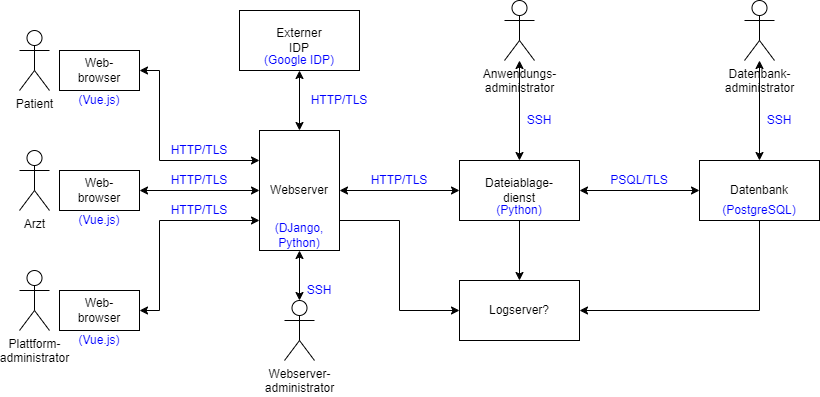
DavidFambach/Abgabe-ASE-Patientenakte keeps this draw.io diagram as documents/Architekturüberblick/Architekturüberblick (technisch).png. Above is the earlier version. Source tidied: cells renumbered, new cells last; positions are measured from the earlier drawing's top-left corner, leaving out a move shared by most shapes.
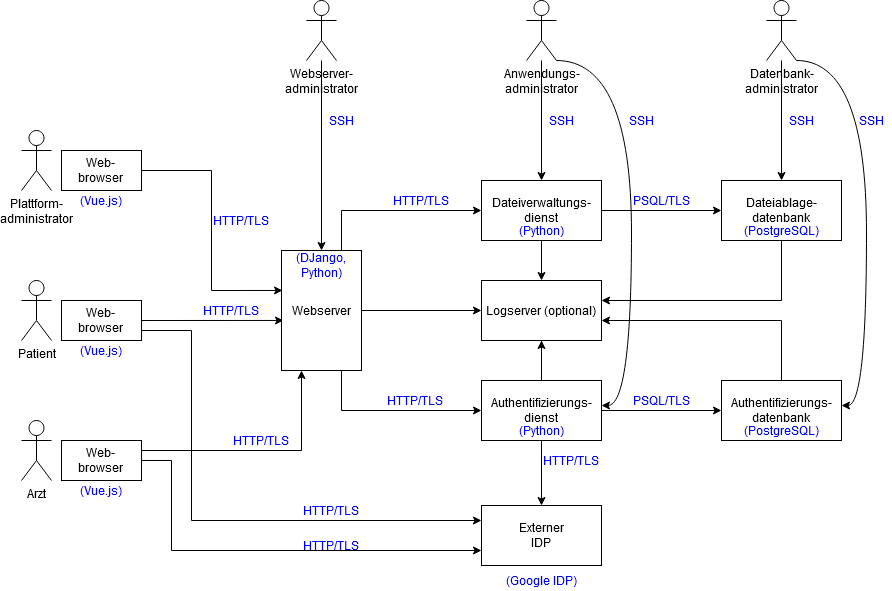
After the change.

Change to the diagram source:
```diff
@@ -5,54 +5,35 @@
     <mxCell id="2" value="Patient" style="shape=umlActor;verticalLabelPosition=bottom;verticalAlign=top;html=1;" parent="1" vertex="1">
-      <mxGeometry y="30" width="30" height="60" as="geometry" />
+      <mxGeometry x="-20" y="320" width="30" height="60" as="geometry" />
     </mxCell>
     <mxCell id="3" value="Arzt" style="shape=umlActor;verticalLabelPosition=bottom;verticalAlign=top;html=1;" parent="1" vertex="1">
-      <mxGeometry y="150" width="30" height="60" as="geometry" />
+      <mxGeometry x="-20" y="460" width="30" height="60" as="geometry" />
     </mxCell>
     <mxCell id="4" value="&lt;div&gt;Plattform-&lt;/div&gt;&lt;div&gt;administrator&lt;/div&gt;" style="shape=umlActor;verticalLabelPosition=bottom;verticalAlign=top;html=1;" parent="1" vertex="1">
-      <mxGeometry y="270" width="30" height="60" as="geometry" />
+      <mxGeometry x="-20" y="170" width="30" height="60" as="geometry" />
     </mxCell>
-    <mxCell id="5" style="edgeStyle=orthogonalEdgeStyle;rounded=0;jettySize=auto;html=1;exitX=1;exitY=0.5;exitDx=0;exitDy=0;entryX=0;entryY=0.25;entryDx=0;entryDy=0;startArrow=classic;startFill=1;" parent="1" edge="1" source="6" target="14">
-      <mxGeometry relative="1" as="geometry">
-        <Array as="points">
-          <mxPoint x="140" y="70" />
-          <mxPoint x="140" y="160" />
-        </Array>
-      </mxGeometry>
+    <mxCell id="5" style="rounded=0;jettySize=auto;html=1;exitX=1;exitY=0.5;exitDx=0;exitDy=0;entryX=0.025;entryY=0.583;entryDx=0;entryDy=0;startArrow=none;startFill=0;entryPerimeter=0;" parent="1" edge="1" source="6" target="14">
+      <mxGeometry relative="1" as="geometry" />
     </mxCell>
     <mxCell id="6" value="&lt;div&gt;Web-&lt;/div&gt;&lt;div&gt;browser&lt;br&gt;&lt;/div&gt;" style="rounded=0;whiteSpace=wrap;html=1;" parent="1" vertex="1">
-      <mxGeometry x="40" y="50" width="80" height="40" as="geometry" />
+      <mxGeometry x="20" y="340" width="80" height="40" as="geometry" />
     </mxCell>
-    <mxCell id="7" style="edgeStyle=orthogonalEdgeStyle;rounded=0;jettySize=auto;html=1;exitX=1;exitY=0.5;exitDx=0;exitDy=0;startArrow=classic;startFill=1;" parent="1" edge="1" source="8" target="14">
-      <mxGeometry relative="1" as="geometry" />
-    </mxCell>
+    <mxCell id="45" style="edgeStyle=orthogonalEdgeStyle;rounded=0;jettySize=auto;html=1;exitX=1;exitY=0.75;exitDx=0;exitDy=0;entryX=0;entryY=0.75;entryDx=0;entryDy=0;startArrow=none;startFill=0;endArrow=classic;endFill=1;" parent="1" edge="1" source="8" target="15">
+      <mxGeometry relative="1" as="geometry">
+        <Array as="points">
+          <mxPoint x="100" y="500" />
+          <mxPoint x="130" y="500" />
+          <mxPoint x="130" y="590" />
+        </Array>
+      </mxGeometry>
+    </mxCell>
     <mxCell id="8" value="&lt;div&gt;Web-&lt;/div&gt;&lt;div&gt;browser&lt;br&gt;&lt;/div&gt;" style="rounded=0;whiteSpace=wrap;html=1;" parent="1" vertex="1">
-      <mxGeometry x="40" y="170" width="80" height="40" as="geometry" />
+      <mxGeometry x="20" y="480" width="80" height="40" as="geometry" />
     </mxCell>
-    <mxCell id="9" style="edgeStyle=orthogonalEdgeStyle;rounded=0;jettySize=auto;html=1;exitX=1;exitY=0.5;exitDx=0;exitDy=0;entryX=0;entryY=0.75;entryDx=0;entryDy=0;startArrow=classic;startFill=1;" parent="1" edge="1" source="10" target="14">
-      <mxGeometry relative="1" as="geometry">
-        <Array as="points">
-          <mxPoint x="140" y="310" />
-          <mxPoint x="140" y="220" />
-        </Array>
-      </mxGeometry>
-    </mxCell>
     <mxCell id="10" value="&lt;div&gt;Web-&lt;/div&gt;&lt;div&gt;browser&lt;br&gt;&lt;/div&gt;" style="rounded=0;whiteSpace=wrap;html=1;" parent="1" vertex="1">
-      <mxGeometry x="40" y="290" width="80" height="40" as="geometry" />
+      <mxGeometry x="20" y="190" width="80" height="40" as="geometry" />
     </mxCell>
-    <mxCell id="11" style="edgeStyle=orthogonalEdgeStyle;rounded=0;jettySize=auto;html=1;exitX=1;exitY=0.5;exitDx=0;exitDy=0;startArrow=classic;startFill=1;" parent="1" edge="1" source="14" target="18">
-      <mxGeometry relative="1" as="geometry" />
-    </mxCell>
-    <mxCell id="12" style="edgeStyle=orthogonalEdgeStyle;rounded=0;jettySize=auto;html=1;exitX=1;exitY=0.75;exitDx=0;exitDy=0;entryX=0;entryY=0.5;entryDx=0;entryDy=0;" parent="1" edge="1" source="14" target="21">
-      <mxGeometry relative="1" as="geometry" />
-    </mxCell>
-    <mxCell id="13" style="edgeStyle=orthogonalEdgeStyle;rounded=0;jettySize=auto;html=1;exitX=0.5;exitY=0;exitDx=0;exitDy=0;startArrow=classic;startFill=1;" parent="1" edge="1" source="14" target="15">
-      <mxGeometry relative="1" as="geometry" />
-    </mxCell>
-    <mxCell id="14" value="&lt;div&gt;Webserver&lt;/div&gt;" style="rounded=0;whiteSpace=wrap;html=1;" parent="1" vertex="1">
-      <mxGeometry x="240" y="130" width="80" height="120" as="geometry" />
-    </mxCell>
     <mxCell id="15" value="&lt;div&gt;Externer&lt;/div&gt;&lt;div&gt;IDP&lt;br&gt;&lt;/div&gt;" style="rounded=0;whiteSpace=wrap;html=1;" parent="1" vertex="1">
-      <mxGeometry x="220" y="10" width="120" height="60" as="geometry" />
+      <mxGeometry x="440" y="545" width="120" height="60" as="geometry" />
     </mxCell>
-    <mxCell id="16" style="edgeStyle=orthogonalEdgeStyle;rounded=0;jettySize=auto;html=1;exitX=1;exitY=0.5;exitDx=0;exitDy=0;startArrow=classic;startFill=1;" parent="1" edge="1" source="18" target="20">
+    <mxCell id="16" style="edgeStyle=orthogonalEdgeStyle;rounded=0;jettySize=auto;html=1;exitX=1;exitY=0.5;exitDx=0;exitDy=0;startArrow=none;startFill=0;" parent="1" edge="1" source="18" target="20">
       <mxGeometry relative="1" as="geometry" />
@@ -62,21 +43,35 @@
     </mxCell>
-    <mxCell id="18" value="&lt;div&gt;Dateiablage-&lt;/div&gt;&lt;div&gt;dienst&lt;br&gt;&lt;/div&gt;" style="rounded=0;whiteSpace=wrap;html=1;" parent="1" vertex="1">
-      <mxGeometry x="440" y="160" width="120" height="60" as="geometry" />
+    <mxCell id="18" value="&lt;div&gt;Dateiverwaltungs-&lt;/div&gt;&lt;div&gt;dienst&lt;br&gt;&lt;/div&gt;" style="rounded=0;whiteSpace=wrap;html=1;" parent="1" vertex="1">
+      <mxGeometry x="440" y="220" width="120" height="60" as="geometry" />
     </mxCell>
-    <mxCell id="19" style="edgeStyle=orthogonalEdgeStyle;rounded=0;jettySize=auto;html=1;exitX=0.5;exitY=1;exitDx=0;exitDy=0;entryX=1;entryY=0.5;entryDx=0;entryDy=0;" parent="1" edge="1" source="20" target="21">
-      <mxGeometry relative="1" as="geometry" />
+    <mxCell id="19" style="edgeStyle=orthogonalEdgeStyle;rounded=0;jettySize=auto;html=1;exitX=0.5;exitY=1;exitDx=0;exitDy=0;" parent="1" edge="1" source="20">
+      <mxGeometry relative="1" as="geometry">
+        <mxPoint x="560" y="340" as="targetPoint" />
+        <Array as="points">
+          <mxPoint x="740" y="340" />
+          <mxPoint x="560" y="340" />
+        </Array>
+      </mxGeometry>
     </mxCell>
-    <mxCell id="20" value="Datenbank" style="rounded=0;whiteSpace=wrap;html=1;" parent="1" vertex="1">
-      <mxGeometry x="680" y="160" width="120" height="60" as="geometry" />
+    <mxCell id="20" value="Dateiablage-datenbank" style="rounded=0;whiteSpace=wrap;html=1;" parent="1" vertex="1">
+      <mxGeometry x="680" y="220" width="120" height="60" as="geometry" />
     </mxCell>
-    <mxCell id="21" value="Logserver?" style="rounded=0;whiteSpace=wrap;html=1;" parent="1" vertex="1">
-      <mxGeometry x="440" y="280" width="120" height="60" as="geometry" />
+    <mxCell id="21" value="Logserver (optional)" style="rounded=0;whiteSpace=wrap;html=1;" parent="1" vertex="1">
+      <mxGeometry x="440" y="320" width="120" height="60" as="geometry" />
     </mxCell>
-    <mxCell id="22" style="edgeStyle=orthogonalEdgeStyle;rounded=0;jettySize=auto;html=1;startArrow=classic;startFill=1;" parent="1" edge="1" source="23" target="18">
+    <mxCell id="22" style="edgeStyle=orthogonalEdgeStyle;rounded=0;jettySize=auto;html=1;startArrow=none;startFill=0;endArrow=classic;endFill=1;" parent="1" edge="1" source="23" target="18">
       <mxGeometry relative="1" as="geometry" />
     </mxCell>
+    <mxCell id="46" style="edgeStyle=orthogonalEdgeStyle;rounded=0;jettySize=auto;html=1;exitX=1;exitY=1;exitDx=0;exitDy=0;exitPerimeter=0;curved=1;" parent="1" edge="1" source="23" target="51">
+      <mxGeometry relative="1" as="geometry">
+        <Array as="points">
+          <mxPoint x="590" y="100" />
+          <mxPoint x="590" y="445" />
+        </Array>
+      </mxGeometry>
+    </mxCell>
     <mxCell id="23" value="&lt;div&gt;Anwendungs-&lt;/div&gt;&lt;div&gt;administrator&lt;/div&gt;" style="shape=umlActor;verticalLabelPosition=bottom;verticalAlign=top;html=1;outlineConnect=0;" parent="1" vertex="1">
-      <mxGeometry x="485" width="30" height="60" as="geometry" />
+      <mxGeometry x="485" y="40" width="30" height="60" as="geometry" />
     </mxCell>
-    <mxCell id="24" style="edgeStyle=orthogonalEdgeStyle;rounded=0;jettySize=auto;html=1;startArrow=classic;startFill=1;" parent="1" edge="1" source="25" target="20">
+    <mxCell id="24" style="edgeStyle=orthogonalEdgeStyle;rounded=0;jettySize=auto;html=1;startArrow=none;startFill=0;" parent="1" edge="1" source="25" target="20">
       <mxGeometry relative="1" as="geometry" />
@@ -84,5 +79,5 @@
     <mxCell id="25" value="&lt;div&gt;Datenbank-&lt;/div&gt;&lt;div&gt;administrator&lt;/div&gt;" style="shape=umlActor;verticalLabelPosition=bottom;verticalAlign=top;html=1;outlineConnect=0;" parent="1" vertex="1">
-      <mxGeometry x="725" width="30" height="60" as="geometry" />
+      <mxGeometry x="725" y="40" width="30" height="60" as="geometry" />
     </mxCell>
-    <mxCell id="26" style="edgeStyle=orthogonalEdgeStyle;rounded=0;jettySize=auto;html=1;startArrow=classic;startFill=1;" parent="1" edge="1" source="27" target="14">
+    <mxCell id="26" style="edgeStyle=orthogonalEdgeStyle;rounded=0;jettySize=auto;html=1;entryX=0.5;entryY=0;entryDx=0;entryDy=0;" parent="1" edge="1" source="27" target="14">
       <mxGeometry relative="1" as="geometry" />
@@ -90,53 +85,169 @@
     <mxCell id="27" value="&lt;div&gt;Webserver-&lt;/div&gt;&lt;div&gt;administrator&lt;/div&gt;" style="shape=umlActor;verticalLabelPosition=bottom;verticalAlign=top;html=1;outlineConnect=0;" parent="1" vertex="1">
-      <mxGeometry x="265" y="300" width="30" height="60" as="geometry" />
+      <mxGeometry x="265" y="40" width="30" height="60" as="geometry" />
     </mxCell>
+    <mxCell id="47" style="endArrow=classic;html=1;rounded=0;exitX=1;exitY=0.75;exitDx=0;exitDy=0;entryX=0;entryY=0.25;entryDx=0;entryDy=0;edgeStyle=orthogonalEdgeStyle;" parent="1" edge="1" source="6" target="15">
+      <mxGeometry relative="1" as="geometry">
+        <Array as="points">
+          <mxPoint x="150" y="370" />
+          <mxPoint x="150" y="560" />
+        </Array>
+      </mxGeometry>
+    </mxCell>
+    <mxCell id="7" style="edgeStyle=orthogonalEdgeStyle;rounded=0;jettySize=auto;html=1;exitX=1;exitY=0.25;exitDx=0;exitDy=0;startArrow=none;startFill=0;entryX=0.25;entryY=1;entryDx=0;entryDy=0;" parent="1" edge="1" source="8" target="14">
+      <mxGeometry relative="1" as="geometry">
+        <Array as="points">
+          <mxPoint x="260" y="490" />
+        </Array>
+      </mxGeometry>
+    </mxCell>
+    <mxCell id="48" style="edgeStyle=orthogonalEdgeStyle;rounded=0;jettySize=auto;html=1;startArrow=none;startFill=0;exitX=0.75;exitY=1;exitDx=0;exitDy=0;" parent="1" edge="1" source="14" target="51">
+      <mxGeometry relative="1" as="geometry">
+        <Array as="points">
+          <mxPoint x="300" y="450" />
+        </Array>
+      </mxGeometry>
+    </mxCell>
+    <mxCell id="49" style="edgeStyle=orthogonalEdgeStyle;rounded=0;jettySize=auto;html=1;exitX=0.5;exitY=0;exitDx=0;exitDy=0;entryX=0.5;entryY=1;entryDx=0;entryDy=0;startArrow=none;" parent="1" edge="1" target="21">
+      <mxGeometry relative="1" as="geometry">
+        <mxPoint x="500" y="390" as="sourcePoint" />
+      </mxGeometry>
+    </mxCell>
+    <mxCell id="50" style="edgeStyle=orthogonalEdgeStyle;rounded=0;jettySize=auto;html=1;exitX=1;exitY=0.5;exitDx=0;exitDy=0;entryX=0;entryY=0.5;entryDx=0;entryDy=0;" parent="1" edge="1" source="51" target="53">
+      <mxGeometry relative="1" as="geometry" />
+    </mxCell>
+    <mxCell id="51" value="&lt;div&gt;Authentifizierungs-&lt;/div&gt;&lt;div&gt;dienst&lt;br&gt;&lt;/div&gt;" style="rounded=0;whiteSpace=wrap;html=1;" parent="1" vertex="1">
+      <mxGeometry x="440" y="420" width="120" height="60" as="geometry" />
+    </mxCell>
+    <mxCell id="52" style="edgeStyle=orthogonalEdgeStyle;rounded=0;jettySize=auto;html=1;exitX=0.5;exitY=0;exitDx=0;exitDy=0;" parent="1" edge="1" source="53">
+      <mxGeometry relative="1" as="geometry">
+        <mxPoint x="560" y="360" as="targetPoint" />
+        <Array as="points">
+          <mxPoint x="740" y="360" />
+          <mxPoint x="560" y="360" />
+        </Array>
+      </mxGeometry>
+    </mxCell>
+    <mxCell id="53" value="Authentifizierungs-datenbank" style="rounded=0;whiteSpace=wrap;html=1;" parent="1" vertex="1">
+      <mxGeometry x="680" y="420" width="120" height="60" as="geometry" />
+    </mxCell>
+    <mxCell id="12" style="edgeStyle=orthogonalEdgeStyle;rounded=0;jettySize=auto;html=1;" parent="1" edge="1" source="14" target="21">
+      <mxGeometry relative="1" as="geometry" />
+    </mxCell>
+    <mxCell id="54" style="edgeStyle=orthogonalEdgeStyle;rounded=0;jettySize=auto;html=1;exitX=0.75;exitY=0;exitDx=0;exitDy=0;" parent="1" edge="1" source="14">
+      <mxGeometry relative="1" as="geometry">
+        <mxPoint x="440" y="250" as="targetPoint" />
+        <Array as="points">
+          <mxPoint x="300" y="250" />
+          <mxPoint x="440" y="250" />
+        </Array>
+      </mxGeometry>
+    </mxCell>
+    <mxCell id="14" value="&lt;div&gt;Webserver&lt;/div&gt;" style="rounded=0;whiteSpace=wrap;html=1;" parent="1" vertex="1">
+      <mxGeometry x="240" y="290" width="80" height="120" as="geometry" />
+    </mxCell>
+    <mxCell id="55" style="edgeStyle=orthogonalEdgeStyle;rounded=0;jettySize=auto;html=1;curved=1;exitX=1;exitY=1;exitDx=0;exitDy=0;exitPerimeter=0;" parent="1" edge="1" source="25" target="53">
+      <mxGeometry relative="1" as="geometry">
+        <Array as="points">
+          <mxPoint x="825" y="100" />
+          <mxPoint x="825" y="445" />
+        </Array>
+      </mxGeometry>
+    </mxCell>
+    <mxCell id="56" style="edgeStyle=orthogonalEdgeStyle;rounded=0;jettySize=auto;html=1;exitX=0.5;exitY=1;exitDx=0;exitDy=0;endArrow=none;" parent="1" edge="1" source="51">
+      <mxGeometry relative="1" as="geometry">
+        <mxPoint x="500" y="500" as="targetPoint" />
+      </mxGeometry>
+    </mxCell>
+    <mxCell id="57" style="edgeStyle=orthogonalEdgeStyle;rounded=0;orthogonalLoop=1;jettySize=auto;html=1;exitX=1;exitY=0.5;exitDx=0;exitDy=0;entryX=0.013;entryY=0.333;entryDx=0;entryDy=0;entryPerimeter=0;" parent="1" edge="1">
+      <mxGeometry relative="1" as="geometry">
+        <mxPoint x="100" y="210" as="sourcePoint" />
+        <mxPoint x="241" y="330" as="targetPoint" />
+        <Array as="points">
+          <mxPoint x="170" y="210" />
+          <mxPoint x="170" y="330" />
+        </Array>
+      </mxGeometry>
+    </mxCell>
+    <mxCell id="58" style="edgeStyle=orthogonalEdgeStyle;rounded=0;jettySize=auto;html=1;exitX=0.5;exitY=0;exitDx=0;exitDy=0;entryX=0.5;entryY=1;entryDx=0;entryDy=0;endArrow=none;" parent="1" edge="1" source="51" target="21">
+      <mxGeometry relative="1" as="geometry" />
+    </mxCell>
+    <mxCell id="59" style="edgeStyle=orthogonalEdgeStyle;rounded=0;orthogonalLoop=1;jettySize=auto;html=1;exitX=0.5;exitY=1;exitDx=0;exitDy=0;startArrow=none;" parent="1" edge="1">
+      <mxGeometry relative="1" as="geometry">
+        <mxPoint x="500" y="480" as="sourcePoint" />
+        <mxPoint x="500" y="545" as="targetPoint" />
+      </mxGeometry>
+    </mxCell>
     <mxCell id="28" value="Technisch" parent="0" />
     <mxCell id="29" value="(PostgreSQL)" style="text;html=1;strokeColor=none;fillColor=none;align=center;verticalAlign=middle;whiteSpace=wrap;rounded=0;fontColor=#0000ff;" parent="28" vertex="1">
-      <mxGeometry x="680" y="200" width="120" height="20" as="geometry" />
+      <mxGeometry x="680" y="460" width="120" height="20" as="geometry" />
     </mxCell>
     <mxCell id="30" value="(DJango, Python)" style="text;html=1;strokeColor=none;fillColor=none;align=center;verticalAlign=middle;whiteSpace=wrap;rounded=0;fontColor=#0000ff;" parent="28" vertex="1">
-      <mxGeometry x="240" y="220" width="80" height="30" as="geometry" />
+      <mxGeometry x="240" y="290" width="80" height="30" as="geometry" />
     </mxCell>
     <mxCell id="31" value="(Python)" style="text;html=1;strokeColor=none;fillColor=none;align=center;verticalAlign=middle;whiteSpace=wrap;rounded=0;fontColor=#0000ff;" parent="28" vertex="1">
-      <mxGeometry x="440" y="200" width="120" height="20" as="geometry" />
+      <mxGeometry x="440" y="460" width="120" height="20" as="geometry" />
     </mxCell>
     <mxCell id="32" value="(Vue.js)" style="text;html=1;strokeColor=none;fillColor=none;align=center;verticalAlign=middle;whiteSpace=wrap;rounded=0;fontColor=#0000ff;" parent="28" vertex="1">
-      <mxGeometry x="40" y="90" width="80" height="20" as="geometry" />
+      <mxGeometry x="20" y="230" width="80" height="20" as="geometry" />
     </mxCell>
     <mxCell id="33" value="(Vue.js)" style="text;html=1;strokeColor=none;fillColor=none;align=center;verticalAlign=middle;whiteSpace=wrap;rounded=0;fontColor=#0000ff;" parent="28" vertex="1">
-      <mxGeometry x="40" y="210" width="80" height="20" as="geometry" />
+      <mxGeometry x="20" y="380" width="80" height="20" as="geometry" />
     </mxCell>
     <mxCell id="34" value="(Vue.js)" style="text;html=1;strokeColor=none;fillColor=none;align=center;verticalAlign=middle;whiteSpace=wrap;rounded=0;fontColor=#0000ff;" parent="28" vertex="1">
-      <mxGeometry x="40" y="330" width="80" height="20" as="geometry" />
+      <mxGeometry x="20" y="520" width="80" height="20" as="geometry" />
     </mxCell>
     <mxCell id="35" value="HTTP/TLS" style="text;html=1;strokeColor=none;fillColor=none;align=center;verticalAlign=middle;whiteSpace=wrap;rounded=0;fontColor=#0000ff;" parent="28" vertex="1">
-      <mxGeometry x="340" y="170" width="80" height="20" as="geometry" />
+      <mxGeometry x="340" y="230" width="80" height="20" as="geometry" />
     </mxCell>
     <mxCell id="36" value="PSQL/TLS" style="text;html=1;strokeColor=none;fillColor=none;align=center;verticalAlign=middle;whiteSpace=wrap;rounded=0;fontColor=#0000ff;" parent="28" vertex="1">
-      <mxGeometry x="580" y="170" width="80" height="20" as="geometry" />
+      <mxGeometry x="580" y="430" width="80" height="20" as="geometry" />
     </mxCell>
     <mxCell id="37" value="HTTP/TLS" style="text;html=1;strokeColor=none;fillColor=none;align=center;verticalAlign=middle;whiteSpace=wrap;rounded=0;fontColor=#0000ff;" parent="28" vertex="1">
-      <mxGeometry x="140" y="140" width="80" height="20" as="geometry" />
+      <mxGeometry x="250" y="575" width="80" height="20" as="geometry" />
     </mxCell>
     <mxCell id="38" value="HTTP/TLS" style="text;html=1;strokeColor=none;fillColor=none;align=center;verticalAlign=middle;whiteSpace=wrap;rounded=0;fontColor=#0000ff;" parent="28" vertex="1">
-      <mxGeometry x="140" y="170" width="80" height="20" as="geometry" />
+      <mxGeometry x="180" y="470" width="80" height="20" as="geometry" />
     </mxCell>
     <mxCell id="39" value="HTTP/TLS" style="text;html=1;strokeColor=none;fillColor=none;align=center;verticalAlign=middle;whiteSpace=wrap;rounded=0;fontColor=#0000ff;" parent="28" vertex="1">
-      <mxGeometry x="140" y="200" width="80" height="20" as="geometry" />
+      <mxGeometry x="150" y="340" width="80" height="20" as="geometry" />
     </mxCell>
     <mxCell id="40" value="HTTP/TLS" style="text;html=1;strokeColor=none;fillColor=none;align=center;verticalAlign=middle;whiteSpace=wrap;rounded=0;fontColor=#0000ff;" parent="28" vertex="1">
-      <mxGeometry x="280" y="90" width="80" height="20" as="geometry" />
+      <mxGeometry x="334" y="430" width="80" height="20" as="geometry" />
     </mxCell>
     <mxCell id="41" value="SSH" style="text;html=1;strokeColor=none;fillColor=none;align=center;verticalAlign=middle;whiteSpace=wrap;rounded=0;fontColor=#0000ff;" parent="28" vertex="1">
-      <mxGeometry x="500" y="110" width="40" height="20" as="geometry" />
+      <mxGeometry x="500" y="150" width="40" height="20" as="geometry" />
     </mxCell>
     <mxCell id="42" value="SSH" style="text;html=1;strokeColor=none;fillColor=none;align=center;verticalAlign=middle;whiteSpace=wrap;rounded=0;fontColor=#0000ff;" parent="28" vertex="1">
-      <mxGeometry x="740" y="110" width="40" height="20" as="geometry" />
+      <mxGeometry x="740" y="150" width="40" height="20" as="geometry" />
     </mxCell>
     <mxCell id="43" value="(Google IDP)" style="text;html=1;strokeColor=none;fillColor=none;align=center;verticalAlign=middle;whiteSpace=wrap;rounded=0;fontColor=#0000ff;" parent="28" vertex="1">
-      <mxGeometry x="220" y="50" width="120" height="20" as="geometry" />
+      <mxGeometry x="440" y="610" width="120" height="20" as="geometry" />
     </mxCell>
     <mxCell id="44" value="SSH" style="text;html=1;strokeColor=none;fillColor=none;align=center;verticalAlign=middle;whiteSpace=wrap;rounded=0;fontColor=#0000ff;" parent="28" vertex="1">
-      <mxGeometry x="280" y="280" width="40" height="20" as="geometry" />
+      <mxGeometry x="280" y="150" width="40" height="20" as="geometry" />
     </mxCell>
+    <mxCell id="60" value="HTTP/TLS" style="text;html=1;strokeColor=none;fillColor=none;align=center;verticalAlign=middle;whiteSpace=wrap;rounded=0;fontColor=#0000ff;" parent="28" vertex="1">
+      <mxGeometry x="250" y="540" width="80" height="20" as="geometry" />
+    </mxCell>
+    <mxCell id="61" value="HTTP/TLS" style="text;html=1;strokeColor=none;fillColor=none;align=center;verticalAlign=middle;whiteSpace=wrap;rounded=0;fontColor=#0000ff;" parent="28" vertex="1">
+      <mxGeometry x="160" y="250" width="80" height="20" as="geometry" />
+    </mxCell>
+    <mxCell id="62" value="PSQL/TLS" style="text;html=1;strokeColor=none;fillColor=none;align=center;verticalAlign=middle;whiteSpace=wrap;rounded=0;fontColor=#0000ff;" parent="28" vertex="1">
+      <mxGeometry x="580" y="230" width="80" height="20" as="geometry" />
+    </mxCell>
+    <mxCell id="63" value="(PostgreSQL)" style="text;html=1;strokeColor=none;fillColor=none;align=center;verticalAlign=middle;whiteSpace=wrap;rounded=0;fontColor=#0000ff;" parent="28" vertex="1">
+      <mxGeometry x="680" y="260" width="120" height="20" as="geometry" />
+    </mxCell>
+    <mxCell id="64" value="(Python)" style="text;html=1;strokeColor=none;fillColor=none;align=center;verticalAlign=middle;whiteSpace=wrap;rounded=0;fontColor=#0000ff;" parent="28" vertex="1">
+      <mxGeometry x="440" y="260" width="120" height="20" as="geometry" />
+    </mxCell>
+    <mxCell id="65" value="SSH" style="text;html=1;strokeColor=none;fillColor=none;align=center;verticalAlign=middle;whiteSpace=wrap;rounded=0;fontColor=#0000ff;" parent="28" vertex="1">
+      <mxGeometry x="580" y="150" width="40" height="20" as="geometry" />
+    </mxCell>
+    <mxCell id="66" value="SSH" style="text;html=1;strokeColor=none;fillColor=none;align=center;verticalAlign=middle;whiteSpace=wrap;rounded=0;fontColor=#0000ff;" parent="28" vertex="1">
+      <mxGeometry x="810" y="150" width="40" height="20" as="geometry" />
+    </mxCell>
+    <mxCell id="67" value="HTTP/TLS" style="text;html=1;strokeColor=none;fillColor=none;align=center;verticalAlign=middle;whiteSpace=wrap;rounded=0;fontColor=#0000ff;" parent="28" vertex="1">
+      <mxGeometry x="490" y="490" width="80" height="20" as="geometry" />
+    </mxCell>
   </root>
```
